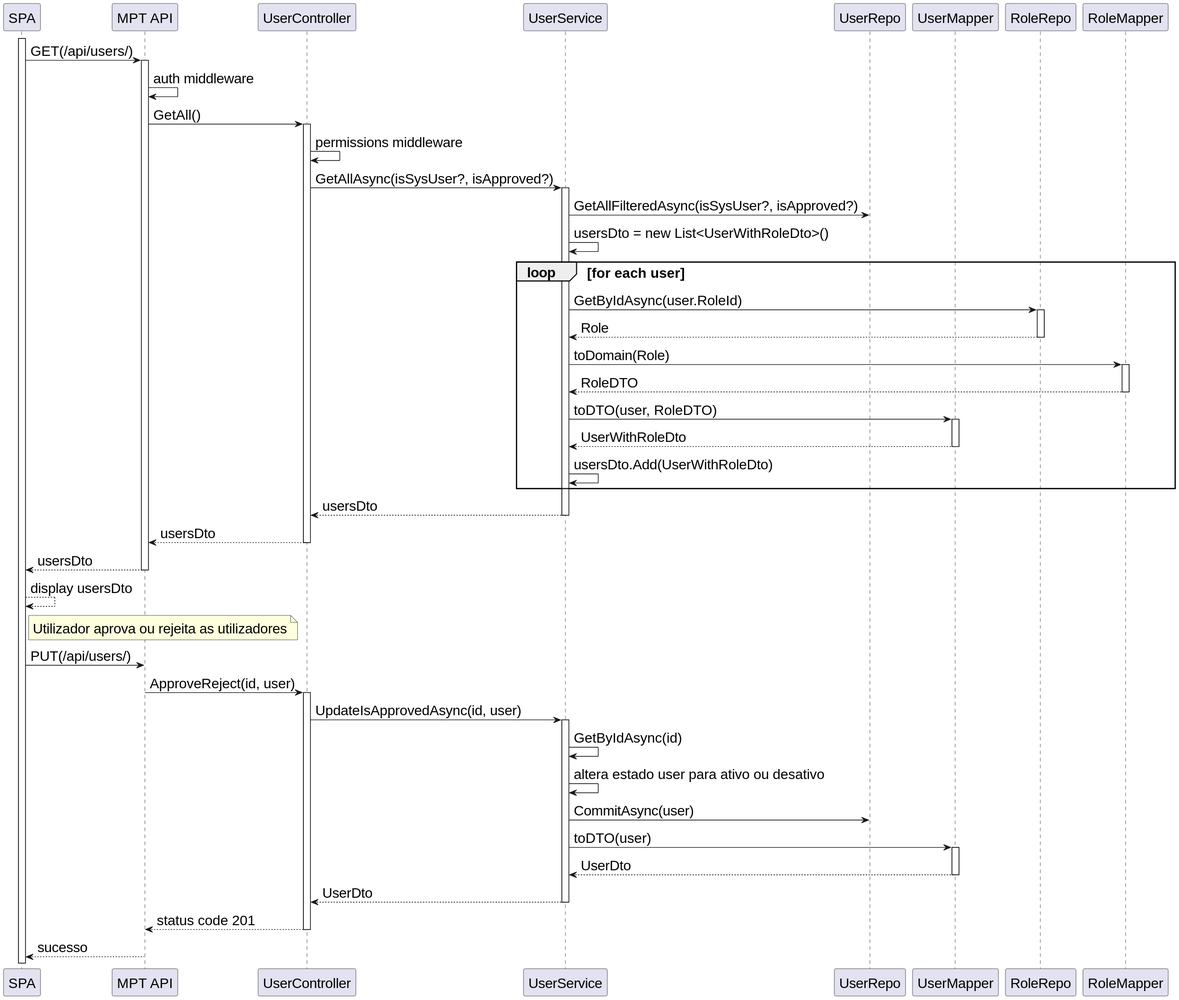
Earlier version of the PlantUML export docs/SprintC/nivel3/mpt/N3_US80.svg (ruben1132/PI5_23-24). The source it was exported from:
```plantuml
@startuml
skinparamlocked defaultFontSize 20
participant SPA
participant "MPT API" as API
participant "UserController" as Ctrl
participant "UserService" as Srv
participant "UserRepo" as Repo
participant "UserMapper" as Map
participant "RoleRepo" as rr
participant "RoleMapper" as rm

activate SPA
SPA -> API: GET(/api/users/)
activate API

API -> API: auth middleware
API -> Ctrl: GetAll()
activate Ctrl

Ctrl -> Ctrl: permissions middleware
Ctrl -> Srv: GetAllAsync(isSysUser?, isApproved?)
activate Srv

Srv -> Repo: GetAllFilteredAsync(isSysUser?, isApproved?)

Srv -> Srv: usersDto = new List<UserWithRoleDto>()

loop for each user
    Srv -> rr: GetByIdAsync(user.RoleId)
    activate rr
    rr --> Srv: Role
    deactivate rr

    Srv -> rm: toDomain(Role)
    activate rm
    rm --> Srv: RoleDTO
    deactivate rm

    Srv -> Map: toDTO(user, RoleDTO)
    activate Map
    Map --> Srv: UserWithRoleDto
    deactivate Map

    Srv -> Srv: usersDto.Add(UserWithRoleDto)
end


Srv --> Ctrl: usersDto
deactivate Srv

Ctrl --> API: usersDto
deactivate Ctrl

API --> SPA: usersDto
deactivate API

SPA --> SPA: display usersDto

note right of SPA
    Utilizador aprova ou rejeita as utilizadores
end note

SPA -> API: PUT(/api/users/)

API -> Ctrl: ApproveReject(id, user)
activate Ctrl

Ctrl -> Srv: UpdateIsApprovedAsync(id, user)
activate Srv

Srv -> Srv: GetByIdAsync(id)
Srv -> Srv: altera estado user para ativo ou desativo

Srv -> Repo: CommitAsync(user)
Srv -> Map: toDTO(user)
activate Map
Map --> Srv: UserDto
deactivate Map

Srv --> Ctrl: UserDto
deactivate Srv

Ctrl --> API: status code 201
deactivate Ctrl

API --> SPA: sucesso
deactivate API
@enduml
```
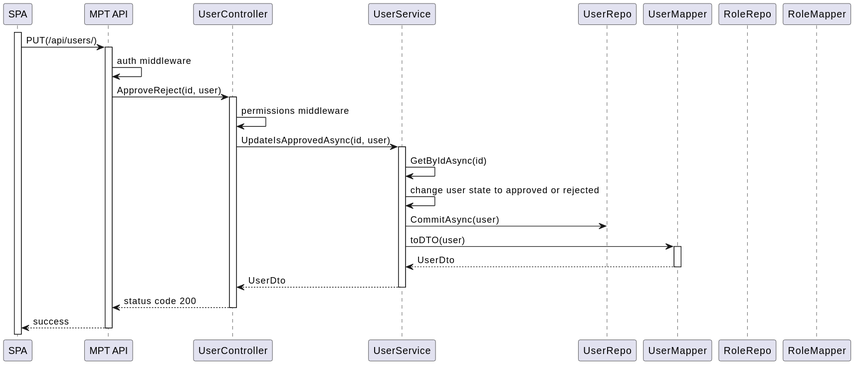
The same diagram one commit later.

The edit, as a diff of the source:
```diff
@@ -1,5 +1,4 @@
 @startuml
-skinparamlocked defaultFontSize 20
 participant SPA
 participant "MPT API" as API
 participant "UserController" as Ctrl
@@ -10,66 +9,20 @@
 participant "RoleMapper" as rm
 
 activate SPA
-SPA -> API: GET(/api/users/)
+SPA -> API: PUT(/api/users/)
 activate API
 
 API -> API: auth middleware
-API -> Ctrl: GetAll()
-activate Ctrl
-
-Ctrl -> Ctrl: permissions middleware
-Ctrl -> Srv: GetAllAsync(isSysUser?, isApproved?)
-activate Srv
-
-Srv -> Repo: GetAllFilteredAsync(isSysUser?, isApproved?)
-
-Srv -> Srv: usersDto = new List<UserWithRoleDto>()
-
-loop for each user
-    Srv -> rr: GetByIdAsync(user.RoleId)
-    activate rr
-    rr --> Srv: Role
-    deactivate rr
-
-    Srv -> rm: toDomain(Role)
-    activate rm
-    rm --> Srv: RoleDTO
-    deactivate rm
-
-    Srv -> Map: toDTO(user, RoleDTO)
-    activate Map
-    Map --> Srv: UserWithRoleDto
-    deactivate Map
-
-    Srv -> Srv: usersDto.Add(UserWithRoleDto)
-end
-
-
-Srv --> Ctrl: usersDto
-deactivate Srv
-
-Ctrl --> API: usersDto
-deactivate Ctrl
-
-API --> SPA: usersDto
-deactivate API
-
-SPA --> SPA: display usersDto
-
-note right of SPA
-    Utilizador aprova ou rejeita as utilizadores
-end note
-
-SPA -> API: PUT(/api/users/)
 
 API -> Ctrl: ApproveReject(id, user)
 activate Ctrl
+Ctrl -> Ctrl: permissions middleware
 
 Ctrl -> Srv: UpdateIsApprovedAsync(id, user)
 activate Srv
 
 Srv -> Srv: GetByIdAsync(id)
-Srv -> Srv: altera estado user para ativo ou desativo
+Srv -> Srv: change user state to approved or rejected
 
 Srv -> Repo: CommitAsync(user)
 Srv -> Map: toDTO(user)
@@ -80,9 +33,15 @@
 Srv --> Ctrl: UserDto
 deactivate Srv
 
-Ctrl --> API: status code 201
+Ctrl --> API: status code 200
 deactivate Ctrl
 
-API --> SPA: sucesso
+API --> SPA: success
 deactivate API
+
+
+
+
+
+
 @enduml
```
